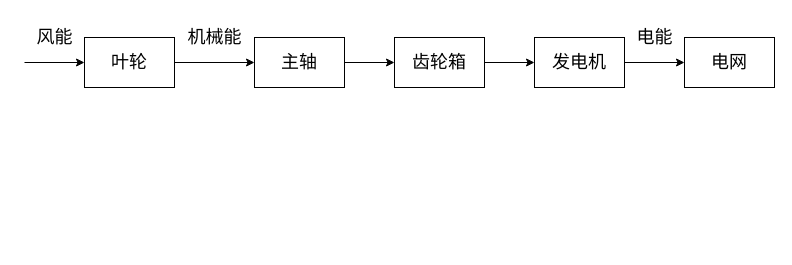
Before: 风电机组运行原理.drawio in Abccccd/-2, a draw.io diagram. Source tidied: cells renumbered, new cells numbered last; positions are measured from the earlier drawing's top-left corner, leaving out a move shared by most shapes. Both pictures are drawn from the tidied source at 100%, with x=0, y=0 at pixel (24, 17).
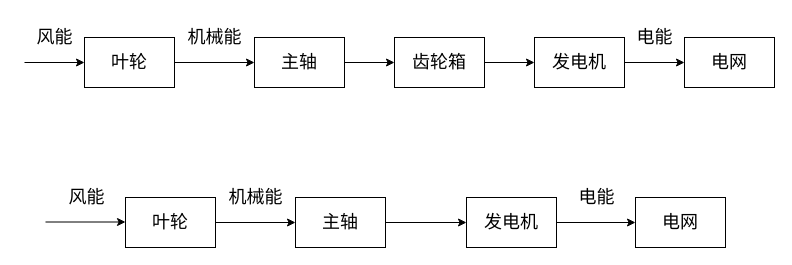
The same page after the edit.

Commit message:
风电机组运行原理.drawio

What changed in the source:
```diff
@@
+    <mxCell id="15" style="edgeStyle=orthogonalEdgeStyle;rounded=0;jettySize=auto;html=1;entryX=0;entryY=0.5;entryDx=0;entryDy=0;" parent="1" edge="1" source="16" target="18">
+      <mxGeometry relative="1" as="geometry" />
+    </mxCell>
+    <mxCell id="16" value="&lt;font face=&quot;SimSun&quot; style=&quot;font-size: 18px;&quot;&gt;叶轮&lt;/font&gt;" style="rounded=0;whiteSpace=wrap;html=1;" parent="1" vertex="1">
+      <mxGeometry x="101" y="180" width="90" height="50" as="geometry" />
+    </mxCell>
+    <mxCell id="17" style="edgeStyle=orthogonalEdgeStyle;rounded=0;jettySize=auto;html=1;entryX=0;entryY=0.5;entryDx=0;entryDy=0;" parent="1" edge="1" source="18" target="20">
+      <mxGeometry relative="1" as="geometry" />
+    </mxCell>
+    <mxCell id="18" value="&lt;font face=&quot;SimSun&quot;&gt;&lt;span style=&quot;font-size: 18px;&quot;&gt;主轴&lt;/span&gt;&lt;/font&gt;" style="rounded=0;whiteSpace=wrap;html=1;" parent="1" vertex="1">
+      <mxGeometry x="271" y="180" width="90" height="50" as="geometry" />
+    </mxCell>
+    <mxCell id="19" style="edgeStyle=orthogonalEdgeStyle;rounded=0;jettySize=auto;html=1;entryX=0;entryY=0.5;entryDx=0;entryDy=0;" parent="1" edge="1" source="20" target="21">
+      <mxGeometry relative="1" as="geometry" />
+    </mxCell>
+    <mxCell id="20" value="&lt;font face=&quot;SimSun&quot;&gt;&lt;span style=&quot;font-size: 18px;&quot;&gt;发电机&lt;/span&gt;&lt;/font&gt;" style="rounded=0;whiteSpace=wrap;html=1;" parent="1" vertex="1">
+      <mxGeometry x="442" y="180" width="90" height="50" as="geometry" />
+    </mxCell>
+    <mxCell id="21" value="&lt;font face=&quot;SimSun&quot;&gt;&lt;span style=&quot;font-size: 18px;&quot;&gt;电网&lt;/span&gt;&lt;/font&gt;" style="rounded=0;whiteSpace=wrap;html=1;" parent="1" vertex="1">
+      <mxGeometry x="611" y="180" width="90" height="50" as="geometry" />
+    </mxCell>
+    <mxCell id="22" value="&lt;font style=&quot;font-size: 18px;&quot;&gt;机械能&lt;/font&gt;" style="text;html=1;align=center;verticalAlign=middle;strokeColor=none;fillColor=none;fontFamily=SimSun;" parent="1" vertex="1">
+      <mxGeometry x="191" y="160" width="80" height="40" as="geometry" />
+    </mxCell>
+    <mxCell id="23" value="&lt;font style=&quot;font-size: 18px;&quot;&gt;电能&lt;/font&gt;" style="text;html=1;align=center;verticalAlign=middle;strokeColor=none;fillColor=none;fontFamily=SimSun;" parent="1" vertex="1">
+      <mxGeometry x="542" y="160" width="60" height="40" as="geometry" />
+    </mxCell>
+    <mxCell id="24" value="&lt;font style=&quot;font-size: 18px;&quot;&gt;风能&lt;/font&gt;" style="text;html=1;align=center;verticalAlign=middle;strokeColor=none;fillColor=none;fontFamily=SimSun;" parent="1" vertex="1">
+      <mxGeometry x="32" y="160" width="60" height="40" as="geometry" />
+    </mxCell>
+    <mxCell id="25" style="edgeStyle=orthogonalEdgeStyle;rounded=0;orthogonalLoop=1;jettySize=auto;html=1;entryX=0;entryY=0.5;entryDx=0;entryDy=0;" parent="1" edge="1">
+      <mxGeometry relative="1" as="geometry">
+        <mxPoint x="21" y="204.5" as="sourcePoint" />
+        <mxPoint x="101" y="204.5" as="targetPoint" />
+      </mxGeometry>
+    </mxCell>
```
